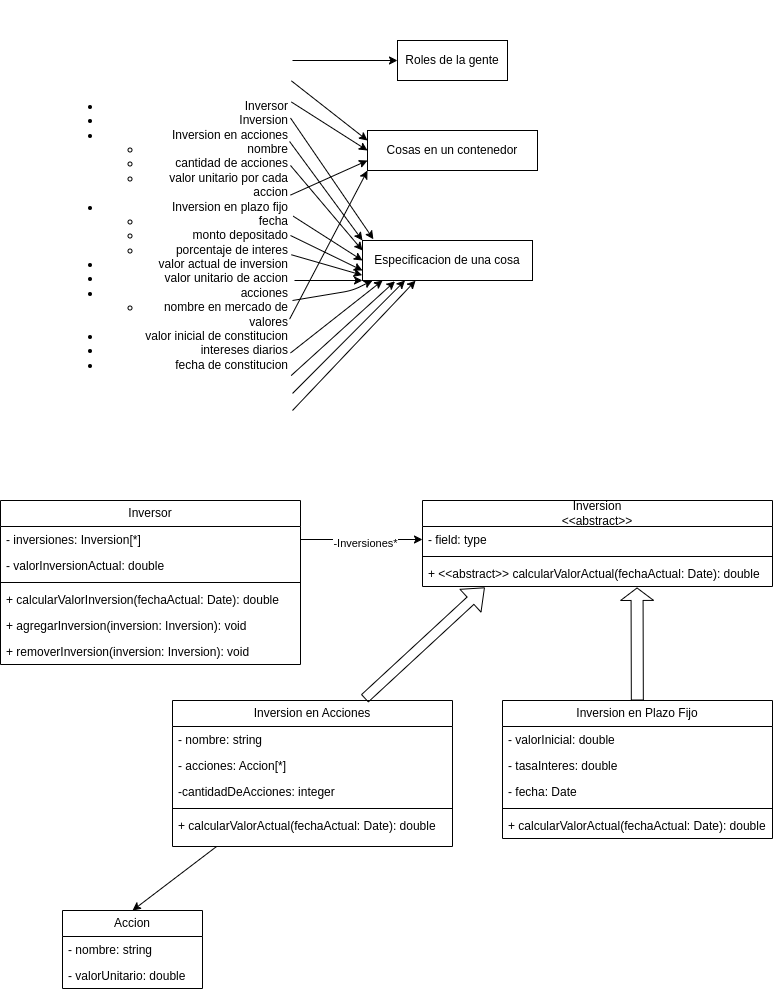
The draw.io diagram oo1/practica_1/ejercicio5/modelo_de_dominio.drawio.png in Agustin-Mediotti/unlp, before a commit. Source tidied: cells renumbered, new cells last; positions are measured from the earlier drawing's top-left corner, leaving out a move shared by most shapes.
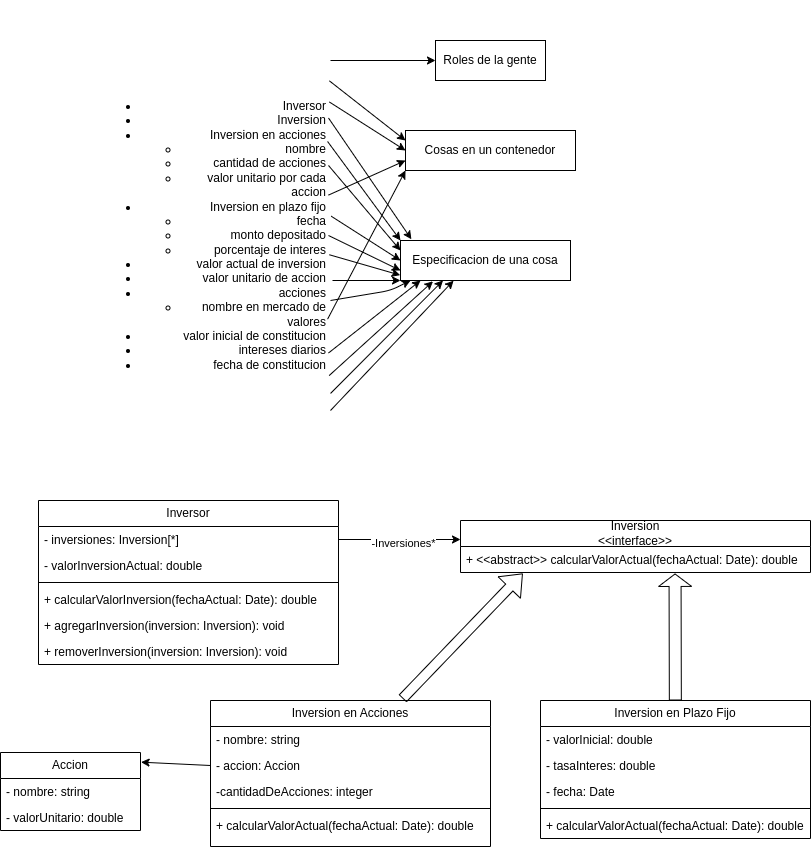
The same file after the commit.

What changed in the source:
```diff
@@ -45,17 +45,11 @@
     <mxCell id="14" value="&lt;ul&gt;&lt;li&gt;Inversor&lt;/li&gt;&lt;li&gt;Inversion&lt;/li&gt;&lt;li&gt;Inversion en acciones&lt;/li&gt;&lt;ul&gt;&lt;li&gt;nombre&lt;/li&gt;&lt;li&gt;cantidad de acciones&lt;/li&gt;&lt;li&gt;valor unitario por cada accion&lt;/li&gt;&lt;/ul&gt;&lt;li&gt;Inversion en plazo fijo&lt;/li&gt;&lt;ul&gt;&lt;li&gt;fecha&lt;/li&gt;&lt;li&gt;monto depositado&lt;/li&gt;&lt;li&gt;porcentaje de interes&lt;/li&gt;&lt;/ul&gt;&lt;li&gt;valor actual de inversion&lt;/li&gt;&lt;li&gt;valor unitario de accion&lt;/li&gt;&lt;li&gt;acciones&lt;/li&gt;&lt;ul&gt;&lt;li&gt;nombre en mercado de valores&lt;/li&gt;&lt;/ul&gt;&lt;li&gt;valor inicial de constitucion&lt;/li&gt;&lt;li&gt;intereses diarios&lt;/li&gt;&lt;li&gt;fecha de constitucion&lt;/li&gt;&lt;/ul&gt;" style="text;strokeColor=none;fillColor=none;html=1;whiteSpace=wrap;verticalAlign=middle;overflow=hidden;align=right;" parent="1" vertex="1">
       <mxGeometry x="62" width="228" height="470" as="geometry" />
     </mxCell>
-    <mxCell id="15" value="Inversion&lt;div&gt;&lt;span style=&quot;color: rgb(0, 0, 0);&quot;&gt;&amp;lt;&amp;lt;abstract&amp;gt;&amp;gt;&lt;/span&gt;&lt;/div&gt;" style="swimlane;fontStyle=0;horizontal=1;startSize=26;fillColor=none;whiteSpace=wrap;html=1;" parent="1" vertex="1">
-      <mxGeometry x="422" y="500" width="350" height="86" as="geometry" />
+    <mxCell id="15" value="Inversion&lt;div&gt;&lt;span style=&quot;color: rgb(0, 0, 0);&quot;&gt;&amp;lt;&amp;lt;interface&amp;gt;&amp;gt;&lt;/span&gt;&lt;/div&gt;" style="swimlane;fontStyle=0;horizontal=1;startSize=26;fillColor=none;whiteSpace=wrap;html=1;" parent="1" vertex="1">
+      <mxGeometry x="422" y="520" width="350" height="52" as="geometry" />
     </mxCell>
-    <mxCell id="16" value="- field: type" style="text;strokeColor=none;fillColor=none;align=left;verticalAlign=top;spacingLeft=4;spacingRight=4;overflow=hidden;whiteSpace=wrap;html=1;" parent="15" vertex="1">
-      <mxGeometry y="26" width="350" height="26" as="geometry" />
-    </mxCell>
-    <mxCell id="17" style="line;strokeWidth=1;fillColor=none;align=left;verticalAlign=middle;spacingTop=-1;spacingLeft=3;spacingRight=3;labelPosition=right;strokeColor=inherit;" parent="15" vertex="1">
-      <mxGeometry y="52" width="350" height="8" as="geometry" />
-    </mxCell>
     <mxCell id="18" value="+ &amp;lt;&amp;lt;abstract&amp;gt;&amp;gt; calcularValorActual(fechaActual: Date): double" style="text;strokeColor=none;fillColor=none;align=left;verticalAlign=top;spacingLeft=4;spacingRight=4;overflow=hidden;points=[[0,0.5],[1,0.5]];portConstraint=eastwest;whiteSpace=wrap;html=1;" parent="15" vertex="1">
-      <mxGeometry y="60" width="350" height="26" as="geometry" />
+      <mxGeometry y="26" width="350" height="26" as="geometry" />
     </mxCell>
     <mxCell id="19" value="Inversor" style="swimlane;fontStyle=0;horizontal=1;startSize=26;fillColor=none;whiteSpace=wrap;html=1;" parent="1" vertex="1">
       <mxGeometry y="500" width="300" height="164" as="geometry" />
@@ -86,7 +80,7 @@
     <mxCell id="27" value="-Inversiones*" style="edgeLabel;html=1;align=center;verticalAlign=middle;" parent="26" vertex="1">
       <mxGeometry x="0.04" y="-3" relative="1" as="geometry" />
     </mxCell>
-    <mxCell id="28" style="edgeStyle=none;html=1;entryX=0.5;entryY=0;entryDx=0;entryDy=0;" parent="1" edge="1" source="29" target="41">
+    <mxCell id="28" style="edgeStyle=none;html=1;entryX=1.004;entryY=0.124;entryDx=0;entryDy=0;entryPerimeter=0;exitX=0;exitY=0.5;exitDx=0;exitDy=0;" parent="1" edge="1" source="31" target="41">
       <mxGeometry relative="1" as="geometry" />
     </mxCell>
     <mxCell id="29" value="Inversion en Acciones" style="swimlane;fontStyle=0;horizontal=1;startSize=26;fillColor=none;whiteSpace=wrap;html=1;" parent="1" vertex="1">
@@ -95,7 +89,7 @@
     <mxCell id="30" value="- nombre: string" style="text;strokeColor=none;fillColor=none;align=left;verticalAlign=top;spacingLeft=4;spacingRight=4;overflow=hidden;whiteSpace=wrap;html=1;" parent="29" vertex="1">
       <mxGeometry y="26" width="280" height="26" as="geometry" />
     </mxCell>
-    <mxCell id="31" value="- acciones: Accion[*]" style="text;strokeColor=none;fillColor=none;align=left;verticalAlign=top;spacingLeft=4;spacingRight=4;overflow=hidden;points=[[0,0.5],[1,0.5]];portConstraint=eastwest;whiteSpace=wrap;html=1;" parent="29" vertex="1">
+    <mxCell id="31" value="- accion: Accion" style="text;strokeColor=none;fillColor=none;align=left;verticalAlign=top;spacingLeft=4;spacingRight=4;overflow=hidden;points=[[0,0.5],[1,0.5]];portConstraint=eastwest;whiteSpace=wrap;html=1;" parent="29" vertex="1">
       <mxGeometry y="52" width="280" height="26" as="geometry" />
     </mxCell>
     <mxCell id="32" value="-cantidadDeAcciones: integer" style="text;strokeColor=none;fillColor=none;align=left;verticalAlign=top;spacingLeft=4;spacingRight=4;overflow=hidden;whiteSpace=wrap;html=1;" parent="29" vertex="1">
@@ -126,7 +120,7 @@
       <mxGeometry y="112" width="270" height="26" as="geometry" />
     </mxCell>
     <mxCell id="41" value="Accion" style="swimlane;fontStyle=0;horizontal=1;startSize=26;fillColor=none;whiteSpace=wrap;html=1;" parent="1" vertex="1">
-      <mxGeometry x="62" y="910" width="140" height="78" as="geometry" />
+      <mxGeometry x="-38" y="752" width="140" height="78" as="geometry" />
     </mxCell>
     <mxCell id="42" value="- nombre: string" style="text;strokeColor=none;fillColor=none;align=left;verticalAlign=top;spacingLeft=4;spacingRight=4;overflow=hidden;whiteSpace=wrap;html=1;" parent="41" vertex="1">
       <mxGeometry y="26" width="140" height="26" as="geometry" />
```
